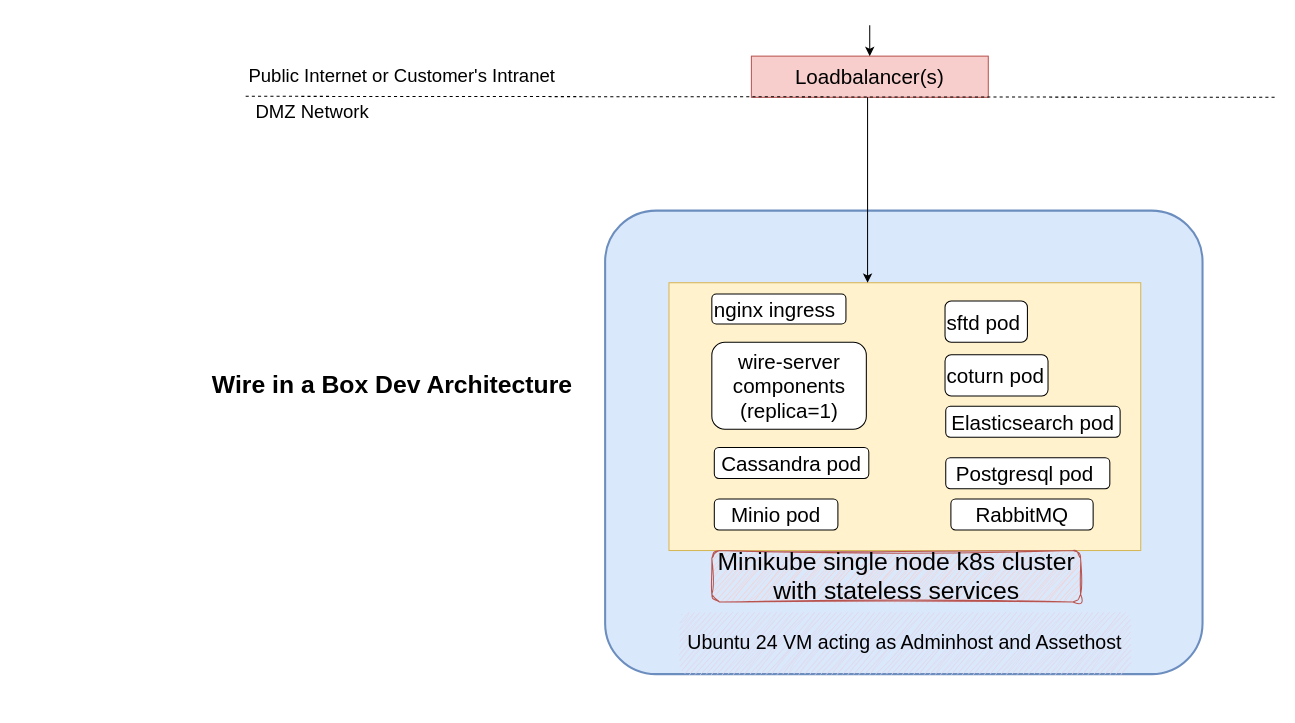
Earlier version of the draw.io diagram src/how-to/install/img/architecture-wiab-dev.drawio (wireapp/wire-docs). Source tidied: cells renumbered, new cells numbered last; positions are measured from the earlier drawing's top-left corner, leaving out a move shared by most shapes. Both pictures are drawn from the tidied source at 103%, with x=0, y=0 at pixel (18, 25).
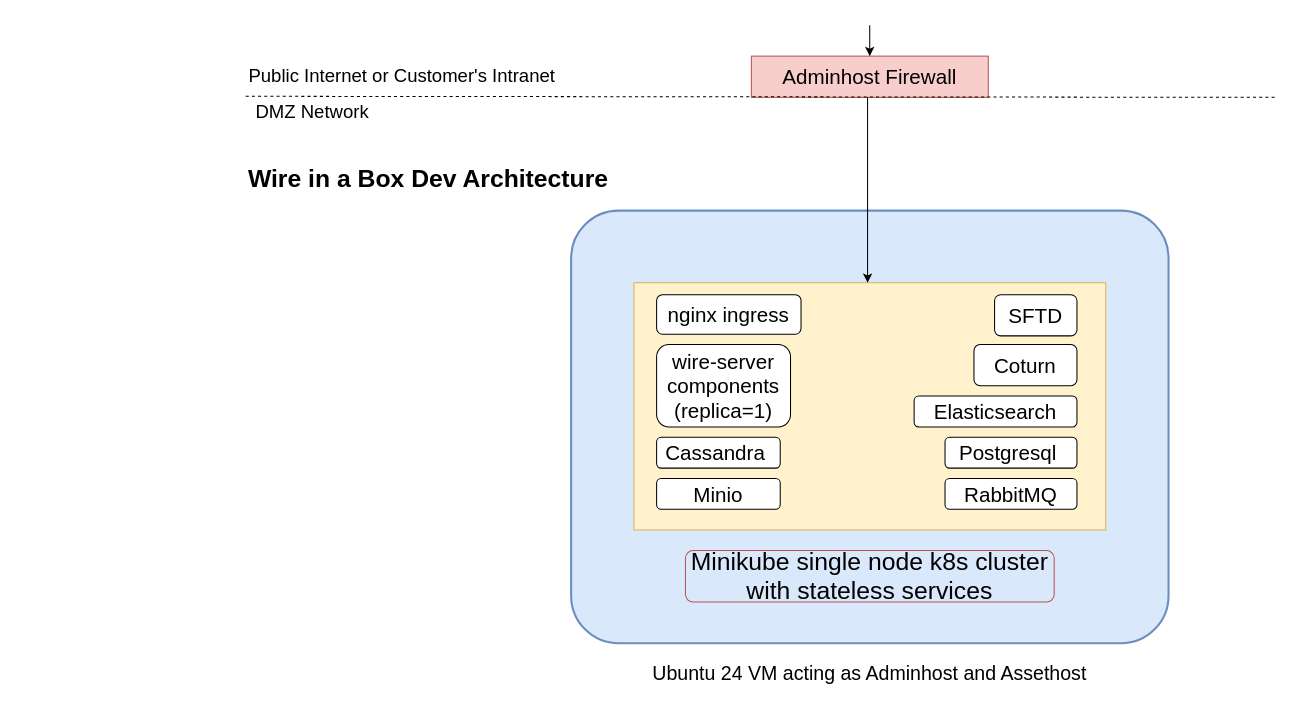
The same diagram, later.

Commit message (it also covers changes not shown here):
fix: update wiab-dev architecture diagram

What changed in the source:
```diff
@@
     <mxCell id="2" value="Wire in a Box Dev Architecture" style="text;strokeColor=none;fillColor=none;html=1;fontSize=24;fontStyle=1;verticalAlign=middle;align=center;" parent="1" vertex="1">
-      <mxGeometry y="330" width="725" height="40" as="geometry" />
+      <mxGeometry x="35.2" y="130" width="725" height="40" as="geometry" />
     </mxCell>
     <mxCell id="3" style="rounded=1;whiteSpace=wrap;html=1;shadow=0;comic=0;strokeColor=#6c8ebf;strokeWidth=2;fillColor=#dae8fc;fontFamily=Verdana;fontSize=28;align=center;arcSize=11;verticalAlign=top;" parent="1" vertex="1">
-      <mxGeometry x="570" y="180" width="580" height="450" as="geometry" />
+      <mxGeometry x="537" y="180" width="580" height="420" as="geometry" />
     </mxCell>
-    <mxCell id="4" value="Loadbalancer(s)" style="rounded=0;whiteSpace=wrap;html=1;fontSize=20;fillColor=#f8cecc;strokeColor=#b85450;" parent="1" vertex="1">
+    <mxCell id="4" value="Adminhost Firewall" style="rounded=0;whiteSpace=wrap;html=1;fontSize=20;fillColor=#f8cecc;strokeColor=#b85450;" parent="1" vertex="1">
       <mxGeometry x="712" y="30" width="230" height="40" as="geometry" />
     </mxCell>
@@
     <mxCell id="9" value="&lt;p style=&quot;line-height: 40%&quot;&gt;&lt;/p&gt;&lt;div&gt;&lt;br&gt;&lt;/div&gt;&lt;p&gt;&lt;/p&gt;" style="rounded=0;whiteSpace=wrap;html=1;fontSize=20;fillColor=#fff2cc;strokeColor=#d6b656;" parent="1" vertex="1">
-      <mxGeometry x="632" y="250" width="458" height="260" as="geometry" />
+      <mxGeometry x="598" y="250" width="458" height="240" as="geometry" />
     </mxCell>
-    <mxCell id="10" value="&lt;div align=&quot;left&quot;&gt;nginx ingress&lt;/div&gt;" style="rounded=1;whiteSpace=wrap;html=1;fontSize=20;align=left;" parent="1" vertex="1">
-      <mxGeometry x="673.6" y="261" width="130.2" height="29" as="geometry" />
+    <mxCell id="10" value="&lt;div align=&quot;center&quot;&gt;nginx ingress&lt;/div&gt;" style="rounded=1;whiteSpace=wrap;html=1;fontSize=20;align=center;" parent="1" vertex="1">
+      <mxGeometry x="620" y="261.6" width="140.2" height="38.4" as="geometry" />
     </mxCell>
     <mxCell id="11" value="&lt;div align=&quot;center&quot;&gt;wire-server components&lt;br&gt;&lt;div&gt;(replica=1)&lt;/div&gt;&lt;/div&gt;" style="rounded=1;whiteSpace=wrap;html=1;fontSize=20;align=center;direction=south;" parent="1" vertex="1">
-      <mxGeometry x="673.6" y="307.8" width="150" height="84.5" as="geometry" />
+      <mxGeometry x="620" y="310" width="130" height="80" as="geometry" />
     </mxCell>
-    <mxCell id="12" value="&lt;div align=&quot;left&quot;&gt;sftd pod&lt;/div&gt;" style="rounded=1;whiteSpace=wrap;html=1;fontSize=20;align=left;" parent="1" vertex="1">
-      <mxGeometry x="900" y="267.8" width="80" height="40" as="geometry" />
+    <mxCell id="12" value="&lt;div align=&quot;center&quot;&gt;SFTD&lt;/div&gt;" style="rounded=1;whiteSpace=wrap;html=1;fontSize=20;align=center;" parent="1" vertex="1">
+      <mxGeometry x="948.1" y="261.6" width="80" height="40" as="geometry" />
     </mxCell>
-    <mxCell id="13" value="coturn pod" style="rounded=1;whiteSpace=wrap;html=1;fontSize=20;align=left;" parent="1" vertex="1">
-      <mxGeometry x="900" y="320" width="100" height="40" as="geometry" />
+    <mxCell id="13" value="&lt;div align=&quot;center&quot;&gt;Coturn&lt;/div&gt;" style="rounded=1;whiteSpace=wrap;html=1;fontSize=20;align=center;" parent="1" vertex="1">
+      <mxGeometry x="928.1" y="310" width="100" height="40" as="geometry" />
     </mxCell>
-    <mxCell id="14" value="&lt;div align=&quot;center&quot;&gt;Cassandra pod&lt;/div&gt;" style="rounded=1;whiteSpace=wrap;html=1;fontSize=20;align=center;" parent="1" vertex="1">
-      <mxGeometry x="676" y="410" width="150" height="30" as="geometry" />
+    <mxCell id="14" value="&lt;div align=&quot;center&quot;&gt;Cassandra&amp;nbsp;&lt;/div&gt;" style="rounded=1;whiteSpace=wrap;html=1;fontSize=20;align=center;" parent="1" vertex="1">
+      <mxGeometry x="620" y="400" width="120" height="30" as="geometry" />
     </mxCell>
-    <mxCell id="15" value="&lt;div align=&quot;center&quot;&gt;Postgresql pod&amp;nbsp;&lt;/div&gt;" style="rounded=1;whiteSpace=wrap;html=1;fontSize=20;align=center;" parent="1" vertex="1">
-      <mxGeometry x="900.7" y="420" width="159.3" height="30" as="geometry" />
+    <mxCell id="15" value="&lt;div align=&quot;center&quot;&gt;Postgresql&amp;nbsp;&lt;/div&gt;" style="rounded=1;whiteSpace=wrap;html=1;fontSize=20;align=center;" parent="1" vertex="1">
+      <mxGeometry x="900" y="400" width="128.1" height="30" as="geometry" />
     </mxCell>
-    <mxCell id="16" value="&lt;div align=&quot;center&quot;&gt;Elasticsearch pod&lt;/div&gt;" style="rounded=1;whiteSpace=wrap;html=1;fontSize=20;align=center;" parent="1" vertex="1">
-      <mxGeometry x="900.7" y="370" width="169.3" height="30" as="geometry" />
+    <mxCell id="16" value="&lt;div align=&quot;center&quot;&gt;Elasticsearch&lt;/div&gt;" style="rounded=1;whiteSpace=wrap;html=1;fontSize=20;align=center;" parent="1" vertex="1">
+      <mxGeometry x="870" y="360" width="158.1" height="30" as="geometry" />
     </mxCell>
     <mxCell id="17" value="&lt;div align=&quot;center&quot;&gt;RabbitMQ&lt;/div&gt;" style="rounded=1;whiteSpace=wrap;html=1;fontSize=20;align=center;" parent="1" vertex="1">
-      <mxGeometry x="905.7" y="460" width="138.1" height="30" as="geometry" />
+      <mxGeometry x="900" y="440" width="128.1" height="30" as="geometry" />
     </mxCell>
-    <mxCell id="18" value="Minio pod" style="rounded=1;whiteSpace=wrap;html=1;fontSize=20;align=center;" parent="1" vertex="1">
-      <mxGeometry x="676" y="460" width="120" height="30" as="geometry" />
+    <mxCell id="18" value="&lt;div align=&quot;center&quot;&gt;Minio&lt;/div&gt;" style="rounded=1;whiteSpace=wrap;html=1;fontSize=20;align=center;" parent="1" vertex="1">
+      <mxGeometry x="620" y="440" width="120" height="30" as="geometry" />
     </mxCell>
@@
-    <mxCell id="20" style="edgeStyle=none;rounded=0;jettySize=auto;html=1;" parent="1" edge="1" target="3">
-      <mxGeometry relative="1" as="geometry">
-        <mxPoint x="865.4" y="630" as="sourcePoint" />
-      </mxGeometry>
-    </mxCell>
-    <mxCell id="21" value="&lt;font style=&quot;font-size: 24px;&quot;&gt;Minikube single node k8s cluster with stateless services&lt;/font&gt;" style="text;html=1;whiteSpace=wrap;strokeColor=#b85450;fillColor=#f8cecc;align=center;verticalAlign=middle;rounded=1;glass=0;sketch=1;curveFitting=1;jiggle=2;" parent="1" vertex="1">
-      <mxGeometry x="673.6" y="510" width="358" height="50" as="geometry" />
+    <mxCell id="21" value="&lt;font style=&quot;font-size: 24px;&quot;&gt;Minikube single node k8s cluster with stateless services&lt;/font&gt;" style="text;html=1;whiteSpace=wrap;strokeColor=#b85450;fillColor=none;align=center;verticalAlign=middle;rounded=1;glass=0;" parent="1" vertex="1">
+      <mxGeometry x="648" y="510" width="358" height="50" as="geometry" />
     </mxCell>
-    <mxCell id="22" style="edgeStyle=none;rounded=0;jettySize=auto;html=1;" parent="1" edge="1" source="23" target="3">
-      <mxGeometry relative="1" as="geometry" />
-    </mxCell>
-    <mxCell id="23" value="&lt;font style=&quot;font-size: 19px;&quot;&gt;Ubuntu 24 VM acting as Adminhost and Assethost&lt;/font&gt;" style="text;html=1;whiteSpace=wrap;strokeColor=none;fillColor=#e1d5e7;align=center;verticalAlign=middle;rounded=1;sketch=1;curveFitting=1;jiggle=2;" parent="1" vertex="1">
-      <mxGeometry x="642" y="570" width="438" height="60" as="geometry" />
+    <mxCell id="23" value="&lt;font style=&quot;font-size: 19px;&quot;&gt;Ubuntu 24 VM acting as Adminhost and Assethost&lt;/font&gt;" style="text;html=1;whiteSpace=wrap;strokeColor=none;fillColor=none;align=center;verticalAlign=middle;rounded=1;sketch=1;curveFitting=1;jiggle=2;" parent="1" vertex="1">
+      <mxGeometry x="608" y="600" width="438" height="60" as="geometry" />
     </mxCell>
```
